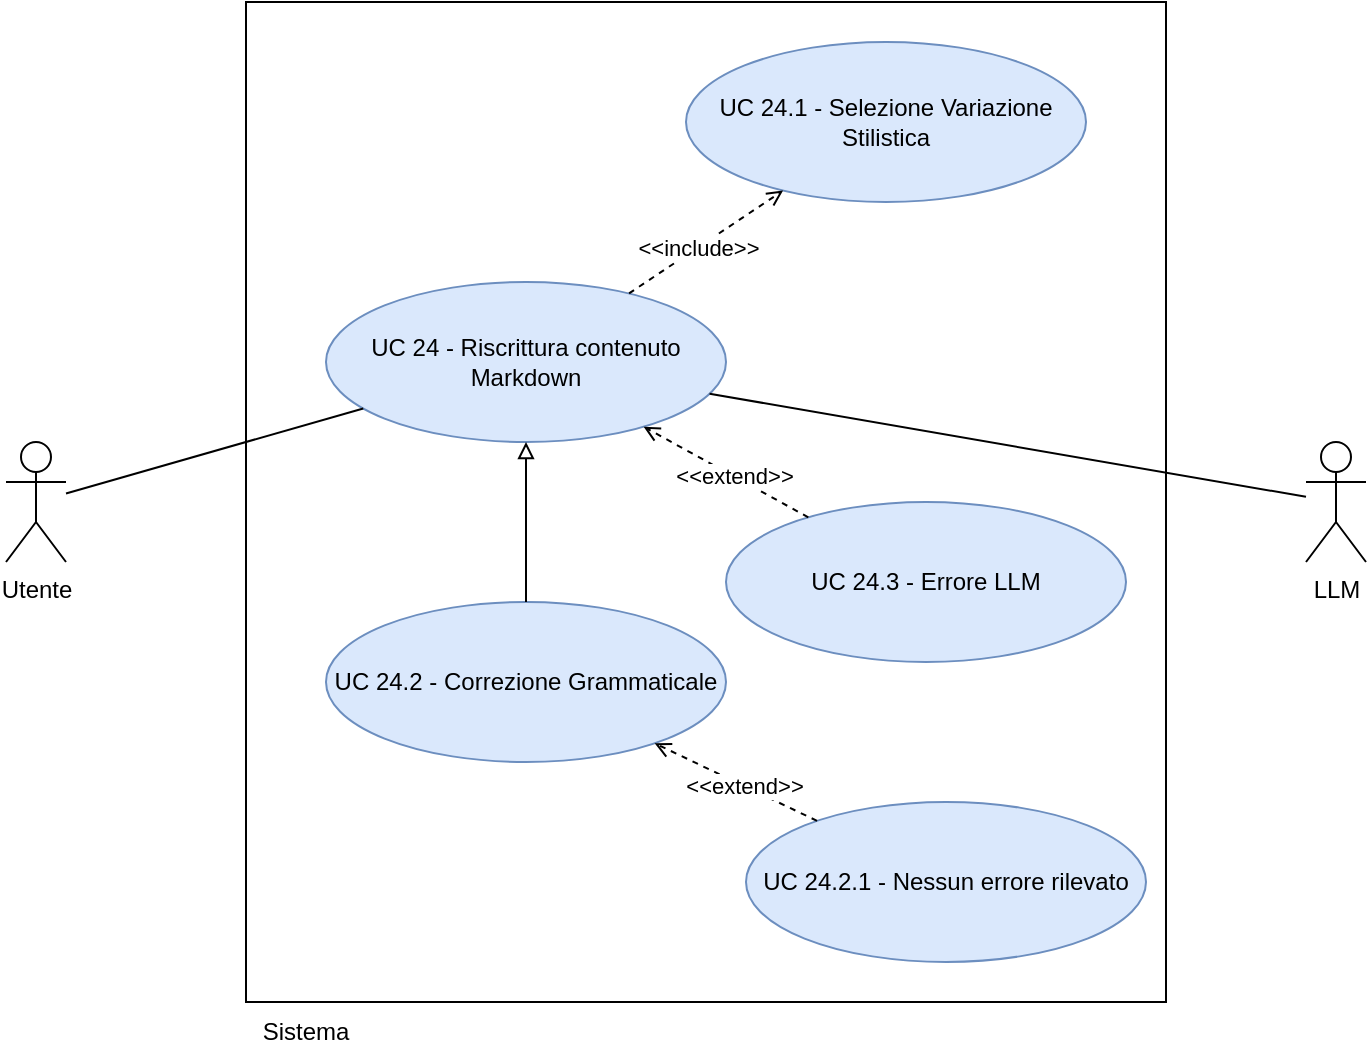
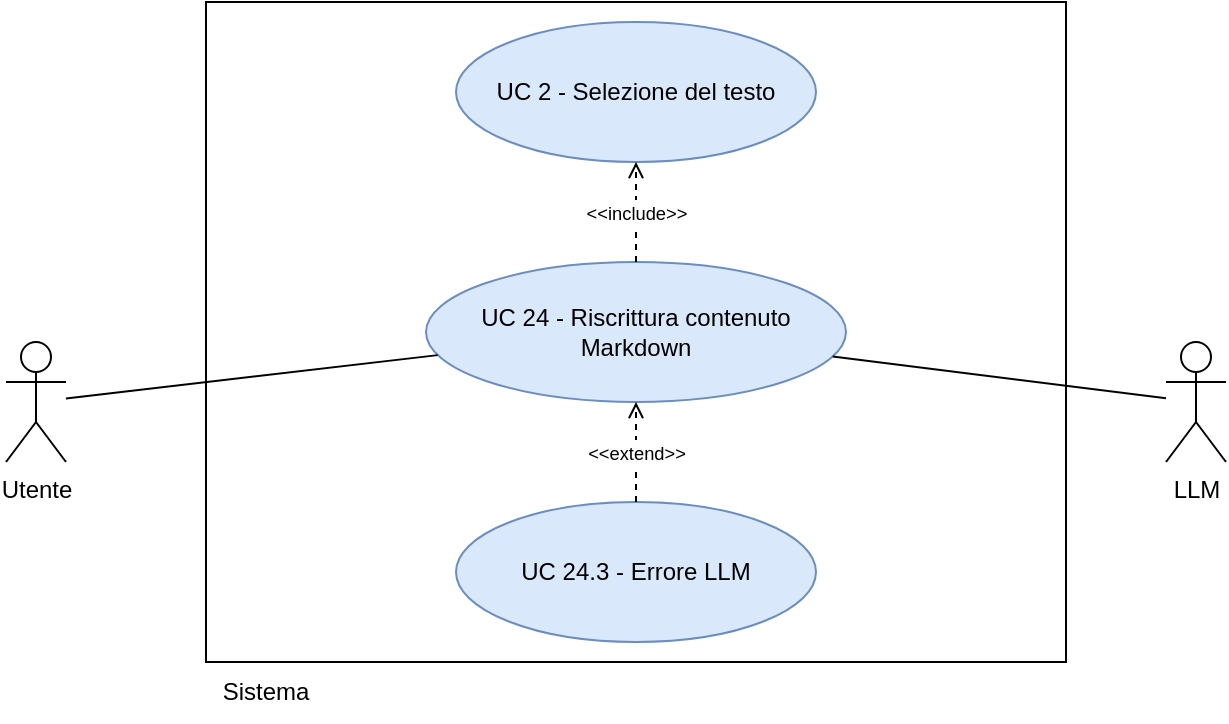
- <mxfile host="app.diagrams.net">
-   <diagram name="UC 11 - Gestione Codice" id="Kt2Dgr2KxfvWRwyXOeAN">
-     <mxGraphModel dx="2484" dy="1032" grid="1" gridSize="10" guides="1" tooltips="1" connect="1" arrows="1" fold="1" page="1" pageScale="1" pageWidth="850" pageHeight="1100" math="0" shadow="0">
-       <root>
-         <mxCell id="0" />
-         <mxCell id="1" parent="0" />
-         <mxCell id="p2sep0m7qQ60FvVHNfT_-650" parent="1" style="shape=umlActor;verticalLabelPosition=bottom;verticalAlign=top;html=1;outlineConnect=0;" value="Utente" vertex="1">
-           <mxGeometry height="60" width="30" x="-770" y="380" as="geometry" />
-         </mxCell>
-         <mxCell id="p2sep0m7qQ60FvVHNfT_-651" parent="1" style="shape=umlActor;verticalLabelPosition=bottom;verticalAlign=top;html=1;outlineConnect=0;" value="LLM" vertex="1">
-           <mxGeometry height="60" width="30" x="-120" y="380" as="geometry" />
-         </mxCell>
-         <mxCell id="p2sep0m7qQ60FvVHNfT_-652" parent="1" style="whiteSpace=wrap;html=1;aspect=fixed;" value="" vertex="1">
-           <mxGeometry height="500" width="460" x="-650" y="160" as="geometry" />
-         </mxCell>
-         <mxCell id="p2sep0m7qQ60FvVHNfT_-653" parent="1" style="text;html=1;whiteSpace=wrap;strokeColor=none;fillColor=none;align=center;verticalAlign=middle;rounded=0;" value="Sistema" vertex="1">
-           <mxGeometry height="30" width="60" x="-650" y="660" as="geometry" />
-         </mxCell>
-         <mxCell id="p2sep0m7qQ60FvVHNfT_-654" parent="1" style="ellipse;whiteSpace=wrap;html=1;fillColor=#dae8fc;strokeColor=#6c8ebf;" value="UC 24 - Riscrittura contenuto Markdown" vertex="1">
-           <mxGeometry height="80" width="200" x="-610" y="300" as="geometry" />
-         </mxCell>
-         <mxCell id="p2sep0m7qQ60FvVHNfT_-655" parent="1" style="ellipse;whiteSpace=wrap;html=1;fillColor=#dae8fc;strokeColor=#6c8ebf;" value="UC 24.1 - Selezione Variazione Stilistica" vertex="1">
-           <mxGeometry height="80" width="200" x="-430" y="180" as="geometry" />
-         </mxCell>
-         <mxCell id="p2sep0m7qQ60FvVHNfT_-656" parent="1" style="ellipse;whiteSpace=wrap;html=1;fillColor=#dae8fc;strokeColor=#6c8ebf;" value="UC 24.2 - Correzione Grammaticale" vertex="1">
-           <mxGeometry height="80" width="200" x="-610" y="460" as="geometry" />
-         </mxCell>
-         <mxCell id="p2sep0m7qQ60FvVHNfT_-657" parent="1" style="ellipse;whiteSpace=wrap;html=1;fillColor=#dae8fc;strokeColor=#6c8ebf;" value="UC 24.3 - Errore LLM" vertex="1">
-           <mxGeometry height="80" width="200" x="-410" y="410" as="geometry" />
-         </mxCell>
-         <mxCell id="p2sep0m7qQ60FvVHNfT_-658" parent="1" style="ellipse;whiteSpace=wrap;html=1;fillColor=#dae8fc;strokeColor=#6c8ebf;" value="UC 24.2.1 - Nessun errore rilevato" vertex="1">
-           <mxGeometry height="80" width="200" x="-400" y="560" as="geometry" />
-         </mxCell>
-         <mxCell id="p2sep0m7qQ60FvVHNfT_-659" edge="1" parent="1" source="p2sep0m7qQ60FvVHNfT_-650" style="edgeStyle=none;rounded=0;orthogonalLoop=1;jettySize=auto;html=1;endArrow=none;endFill=0;" target="p2sep0m7qQ60FvVHNfT_-654">
-           <mxGeometry relative="1" as="geometry" />
-         </mxCell>
-         <mxCell id="p2sep0m7qQ60FvVHNfT_-660" edge="1" parent="1" source="p2sep0m7qQ60FvVHNfT_-651" style="edgeStyle=none;rounded=0;orthogonalLoop=1;jettySize=auto;html=1;endArrow=none;endFill=0;" target="p2sep0m7qQ60FvVHNfT_-654">
-           <mxGeometry relative="1" as="geometry" />
-         </mxCell>
-         <mxCell id="p2sep0m7qQ60FvVHNfT_-661" edge="1" parent="1" source="p2sep0m7qQ60FvVHNfT_-654" style="edgeStyle=none;rounded=0;orthogonalLoop=1;jettySize=auto;html=1;endArrow=open;endFill=0;dashed=1;" target="p2sep0m7qQ60FvVHNfT_-655">
-           <mxGeometry relative="1" as="geometry" />
-         </mxCell>
-         <mxCell id="p2sep0m7qQ60FvVHNfT_-662" connectable="0" parent="p2sep0m7qQ60FvVHNfT_-661" style="edgeLabel;html=1;align=center;verticalAlign=middle;resizable=0;points=[];" value="&amp;lt;&amp;lt;include&amp;gt;&amp;gt;" vertex="1">
-           <mxGeometry relative="1" x="-0.1" as="geometry">
-             <mxPoint as="offset" />
-           </mxGeometry>
-         </mxCell>
-         <mxCell id="p2sep0m7qQ60FvVHNfT_-663" edge="1" parent="1" source="p2sep0m7qQ60FvVHNfT_-656" style="edgeStyle=none;rounded=0;orthogonalLoop=1;jettySize=auto;html=1;endArrow=block;endFill=0;" target="p2sep0m7qQ60FvVHNfT_-654">
-           <mxGeometry relative="1" as="geometry" />
-         </mxCell>
-         <mxCell id="p2sep0m7qQ60FvVHNfT_-664" edge="1" parent="1" source="p2sep0m7qQ60FvVHNfT_-657" style="edgeStyle=none;rounded=0;orthogonalLoop=1;jettySize=auto;html=1;endArrow=open;endFill=0;dashed=1;" target="p2sep0m7qQ60FvVHNfT_-654">
-           <mxGeometry relative="1" as="geometry" />
-         </mxCell>
-         <mxCell id="p2sep0m7qQ60FvVHNfT_-665" connectable="0" parent="p2sep0m7qQ60FvVHNfT_-664" style="edgeLabel;html=1;align=center;verticalAlign=middle;resizable=0;points=[];" value="&amp;lt;&amp;lt;extend&amp;gt;&amp;gt;" vertex="1">
-           <mxGeometry relative="1" x="-0.1" as="geometry">
-             <mxPoint as="offset" />
-           </mxGeometry>
-         </mxCell>
-         <mxCell id="p2sep0m7qQ60FvVHNfT_-666" edge="1" parent="1" source="p2sep0m7qQ60FvVHNfT_-658" style="edgeStyle=none;rounded=0;orthogonalLoop=1;jettySize=auto;html=1;endArrow=open;endFill=0;dashed=1;" target="p2sep0m7qQ60FvVHNfT_-656">
-           <mxGeometry relative="1" as="geometry" />
-         </mxCell>
-         <mxCell id="p2sep0m7qQ60FvVHNfT_-667" connectable="0" parent="p2sep0m7qQ60FvVHNfT_-666" style="edgeLabel;html=1;align=center;verticalAlign=middle;resizable=0;points=[];" value="&amp;lt;&amp;lt;extend&amp;gt;&amp;gt;" vertex="1">
-           <mxGeometry relative="1" x="-0.1" as="geometry">
-             <mxPoint as="offset" />
-           </mxGeometry>
-         </mxCell>
-       </root>
-     </mxGraphModel>
-   </diagram>
- </mxfile>
+ <mxGraphModel dx="1068" dy="558" grid="1" gridSize="10" guides="1" tooltips="1" connect="1" arrows="1" fold="1" page="1" pageScale="1" pageWidth="850" pageHeight="1100" math="0" shadow="0">
+   <root>
+     <mxCell id="0" />
+     <mxCell id="1" parent="0" />
+     <mxCell id="p2sep0m7qQ60FvVHNfT_-210" parent="1" style="shape=umlActor;verticalLabelPosition=bottom;verticalAlign=top;html=1;outlineConnect=0;" value="Utente" vertex="1">
+       <mxGeometry height="60" width="30" x="100" y="320" as="geometry" />
+     </mxCell>
+     <mxCell id="p2sep0m7qQ60FvVHNfT_-211" parent="1" style="shape=umlActor;verticalLabelPosition=bottom;verticalAlign=top;html=1;outlineConnect=0;" value="LLM" vertex="1">
+       <mxGeometry height="60" width="30" x="680" y="320" as="geometry" />
+     </mxCell>
+     <mxCell id="p2sep0m7qQ60FvVHNfT_-212" parent="1" style="whiteSpace=wrap;html=1;" value="" vertex="1">
+       <mxGeometry height="330" width="430" x="200" y="150" as="geometry" />
+     </mxCell>
+     <mxCell id="p2sep0m7qQ60FvVHNfT_-213" parent="1" style="text;html=1;whiteSpace=wrap;strokeColor=none;fillColor=none;align=center;verticalAlign=middle;rounded=0;" value="Sistema" vertex="1">
+       <mxGeometry height="30" width="60" x="200" y="480" as="geometry" />
+     </mxCell>
+     <mxCell id="p2sep0m7qQ60FvVHNfT_-214" parent="1" style="ellipse;whiteSpace=wrap;html=1;fillColor=#dae8fc;strokeColor=#6c8ebf;" value="UC 24 - Riscrittura contenuto Markdown" vertex="1">
+       <mxGeometry height="70" width="210" x="310" y="280" as="geometry" />
+     </mxCell>
+     <mxCell id="p2sep0m7qQ60FvVHNfT_-215" parent="1" style="ellipse;whiteSpace=wrap;html=1;fillColor=#dae8fc;strokeColor=#6c8ebf;" value="UC 2 - Selezione del testo" vertex="1">
+       <mxGeometry height="70" width="180" x="325" y="160" as="geometry" />
+     </mxCell>
+     <mxCell id="p2sep0m7qQ60FvVHNfT_-216" parent="1" style="ellipse;whiteSpace=wrap;html=1;fillColor=#dae8fc;strokeColor=#6c8ebf;" value="UC 24.3 - Errore LLM" vertex="1">
+       <mxGeometry height="70" width="180" x="325" y="400" as="geometry" />
+     </mxCell>
+     <mxCell id="p2sep0m7qQ60FvVHNfT_-217" edge="1" parent="1" source="p2sep0m7qQ60FvVHNfT_-210" style="edgeStyle=none;rounded=0;orthogonalLoop=1;jettySize=auto;html=1;endArrow=none;endFill=0;" target="p2sep0m7qQ60FvVHNfT_-214">
+       <mxGeometry relative="1" as="geometry" />
+     </mxCell>
+     <mxCell id="p2sep0m7qQ60FvVHNfT_-218" edge="1" parent="1" source="p2sep0m7qQ60FvVHNfT_-214" style="edgeStyle=none;rounded=0;orthogonalLoop=1;jettySize=auto;html=1;endArrow=none;endFill=0;" target="p2sep0m7qQ60FvVHNfT_-211">
+       <mxGeometry relative="1" as="geometry" />
+     </mxCell>
+     <mxCell id="p2sep0m7qQ60FvVHNfT_-219" edge="1" parent="1" source="p2sep0m7qQ60FvVHNfT_-214" style="edgeStyle=none;rounded=0;orthogonalLoop=1;jettySize=auto;html=1;endArrow=open;endFill=0;dashed=1;" target="p2sep0m7qQ60FvVHNfT_-215" value="&lt;small&gt;&amp;lt;&amp;lt;include&amp;gt;&amp;gt;&lt;/small&gt;">
+       <mxGeometry relative="1" as="geometry" />
+     </mxCell>
+     <mxCell id="p2sep0m7qQ60FvVHNfT_-220" edge="1" parent="1" source="p2sep0m7qQ60FvVHNfT_-216" style="edgeStyle=none;rounded=0;orthogonalLoop=1;jettySize=auto;html=1;endArrow=open;endFill=0;dashed=1;" target="p2sep0m7qQ60FvVHNfT_-214" value="&lt;small&gt;&amp;lt;&amp;lt;extend&amp;gt;&amp;gt;&lt;/small&gt;">
+       <mxGeometry relative="1" as="geometry" />
+     </mxCell>
+   </root>
+ </mxGraphModel>
